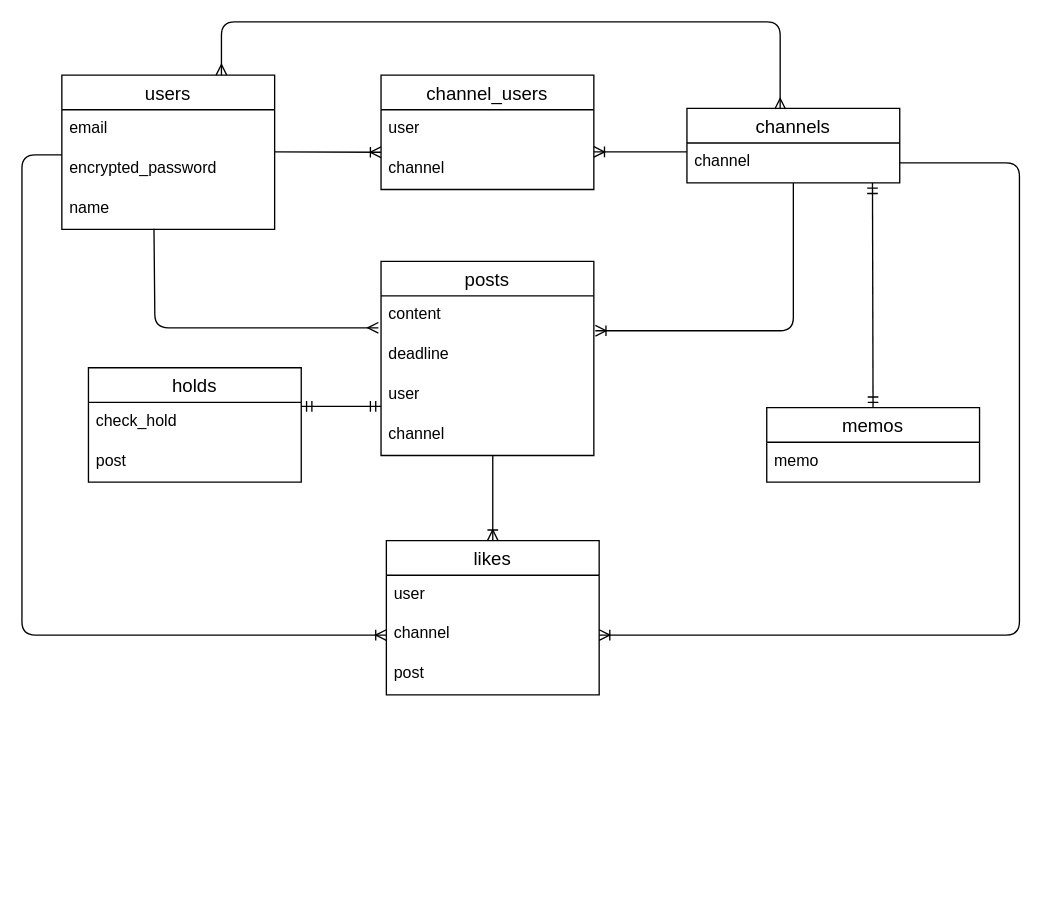
This is er_chart.dio from mk-67/work_stream, a draw.io file, before an edit. Source tidied: cells renumbered, new cells numbered last; positions are measured from the earlier drawing's top-left corner, leaving out a move shared by most shapes. Both pictures are drawn from the tidied source at 133%, with x=0, y=0 at pixel (21, 21).
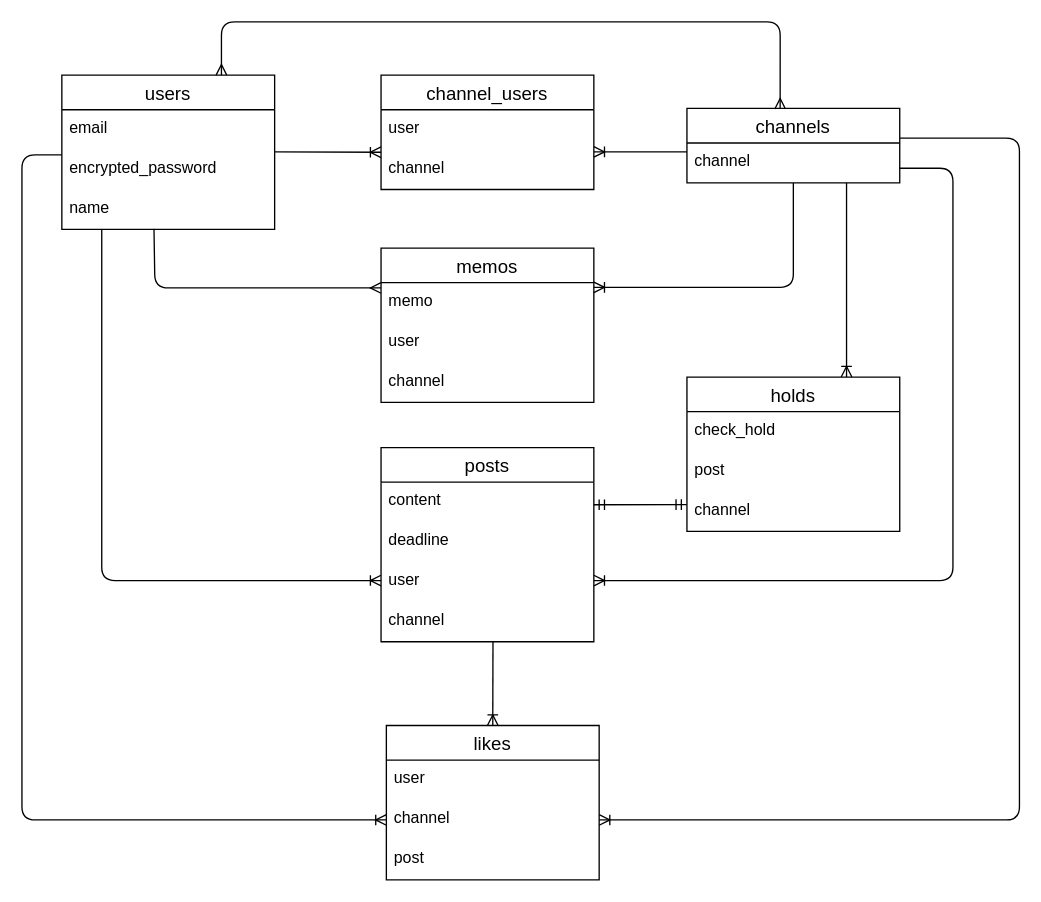
After the change.

Unchanged cells that the change refers to:
```xml
<mxCell id="5" value="name" style="text;strokeColor=none;fillColor=none;spacingLeft=4;spacingRight=4;overflow=hidden;points=[[0,0.5],[1,0.5]];portConstraint=eastwest;fontSize=12;" parent="2" vertex="1">
  <mxGeometry y="86" width="160" height="30" as="geometry" />
</mxCell>
<mxCell id="6" value="channels" style="swimlane;fontStyle=0;horizontal=1;startSize=26;align=center;fontSize=14;" parent="1" vertex="1">
  <mxGeometry x="500" y="65" width="160" height="56" as="geometry" />
</mxCell>
<mxCell id="7" value="channel" style="text;strokeColor=none;fillColor=none;spacingLeft=4;spacingRight=4;overflow=hidden;points=[[0,0.5],[1,0.5]];portConstraint=eastwest;fontSize=12;" parent="6" vertex="1">
  <mxGeometry y="26" width="160" height="30" as="geometry" />
</mxCell>
<mxCell id="9" value="content" style="text;strokeColor=none;fillColor=none;spacingLeft=4;spacingRight=4;overflow=hidden;points=[[0,0.5],[1,0.5]];portConstraint=eastwest;fontSize=12;" parent="8" vertex="1">
  <mxGeometry y="26" width="160" height="30" as="geometry" />
</mxCell>
<mxCell id="12" value="channel" style="text;strokeColor=none;fillColor=none;spacingLeft=4;spacingRight=4;overflow=hidden;points=[[0,0.5],[1,0.5]];portConstraint=eastwest;fontSize=12;" parent="8" vertex="1">
  <mxGeometry y="116" width="160" height="30" as="geometry" />
</mxCell>
<mxCell id="14" value="memo" style="text;strokeColor=none;fillColor=none;spacingLeft=4;spacingRight=4;overflow=hidden;points=[[0,0.5],[1,0.5]];portConstraint=eastwest;fontSize=12;" parent="13" vertex="1">
  <mxGeometry y="26" width="160" height="30" as="geometry" />
</mxCell>
<mxCell id="30" value="channel" style="text;strokeColor=none;fillColor=none;spacingLeft=4;spacingRight=4;overflow=hidden;points=[[0,0.5],[1,0.5]];portConstraint=eastwest;fontSize=12;" parent="28" vertex="1">
  <mxGeometry y="56" width="160" height="30" as="geometry" />
</mxCell>
```

What changed in the source:
```diff
@@
     <mxCell id="8" value="posts" style="swimlane;fontStyle=0;horizontal=1;startSize=26;align=center;fontSize=14;" parent="1" vertex="1">
-      <mxGeometry x="270" y="180" width="160" height="146" as="geometry" />
+      <mxGeometry x="270" y="320" width="160" height="146" as="geometry" />
     </mxCell>
@@
     <mxCell id="13" value="memos" style="swimlane;fontStyle=0;horizontal=1;startSize=26;align=center;fontSize=14;" parent="1" vertex="1">
-      <mxGeometry x="560" y="290" width="160" height="56" as="geometry" />
+      <mxGeometry x="270" y="170" width="160" height="116" as="geometry" />
     </mxCell>
@@
+    <mxCell id="35" value="user" style="text;strokeColor=none;fillColor=none;spacingLeft=4;spacingRight=4;overflow=hidden;fontSize=12;" parent="13" vertex="1">
+      <mxGeometry y="56" width="160" height="30" as="geometry" />
+    </mxCell>
+    <mxCell id="36" value="channel" style="text;strokeColor=none;fillColor=none;spacingLeft=4;spacingRight=4;overflow=hidden;fontSize=12;" parent="13" vertex="1">
+      <mxGeometry y="86" width="160" height="30" as="geometry" />
+    </mxCell>
@@
-    <mxCell id="20" style="edgeStyle=elbowEdgeStyle;fontSize=12;html=1;endArrow=ERoneToMany;entryX=1.007;entryY=0.873;entryDx=0;entryDy=0;entryPerimeter=0;" parent="1" edge="1" source="7" target="9">
+    <mxCell id="20" style="edgeStyle=elbowEdgeStyle;fontSize=12;html=1;endArrow=ERoneToMany;entryX=1;entryY=0.119;entryDx=0;entryDy=0;entryPerimeter=0;" parent="1" edge="1" source="7" target="14">
       <mxGeometry relative="1" as="geometry">
         <Array as="points">
           <mxPoint x="580" y="190" />
         </Array>
       </mxGeometry>
     </mxCell>
@@
     <mxCell id="22" style="edgeStyle=elbowEdgeStyle;fontSize=12;html=1;endArrow=ERmany;exitX=0.433;exitY=0.986;exitDx=0;exitDy=0;exitPerimeter=0;" parent="1" edge="1" source="5">
       <mxGeometry relative="1" as="geometry">
-        <mxPoint x="268" y="230" as="targetPoint" />
+        <mxPoint x="270" y="200" as="targetPoint" />
         <Array as="points">
           <mxPoint x="100" y="240" />
         </Array>
       </mxGeometry>
     </mxCell>
     <mxCell id="23" value="holds" style="swimlane;fontStyle=0;horizontal=1;startSize=26;align=center;fontSize=14;" parent="1" vertex="1">
-      <mxGeometry x="50" y="260" width="160" height="86" as="geometry" />
+      <mxGeometry x="500" y="267" width="160" height="116" as="geometry" />
     </mxCell>
@@
-    <mxCell id="26" style="fontSize=12;html=1;endArrow=ERmandOne;startArrow=ERmandOne;entryX=0;entryY=0.5;entryDx=0;entryDy=0;" parent="1" edge="1">
-      <mxGeometry relative="1" as="geometry">
-        <mxPoint x="210" y="289" as="sourcePoint" />
-        <mxPoint x="270" y="289" as="targetPoint" />
-      </mxGeometry>
-    </mxCell>
-    <mxCell id="27" style="fontSize=12;html=1;endArrow=ERmandOne;startArrow=ERmandOne;" parent="1" edge="1" source="13">
-      <mxGeometry relative="1" as="geometry">
-        <mxPoint x="639.5" y="121" as="targetPoint" />
-      </mxGeometry>
-    </mxCell>
+    <mxCell id="37" value="channel" style="text;strokeColor=none;fillColor=none;spacingLeft=4;spacingRight=4;overflow=hidden;fontSize=12;" parent="23" vertex="1">
+      <mxGeometry y="86" width="160" height="30" as="geometry" />
+    </mxCell>
     <mxCell id="28" value="likes" style="swimlane;fontStyle=0;horizontal=1;startSize=26;align=center;fontSize=14;" parent="1" vertex="1">
-      <mxGeometry x="274" y="390" width="160" height="116" as="geometry" />
+      <mxGeometry x="274" y="529" width="160" height="116" as="geometry" />
     </mxCell>
@@
-    <mxCell id="32" style="fontSize=12;html=1;endArrow=ERoneToMany;entryX=0.5;entryY=0;entryDx=0;entryDy=0;" parent="1" edge="1" target="28">
-      <mxGeometry relative="1" as="geometry">
-        <mxPoint x="354" y="326" as="sourcePoint" />
-      </mxGeometry>
+    <mxCell id="32" style="fontSize=12;html=1;endArrow=ERoneToMany;entryX=0.5;entryY=0;entryDx=0;entryDy=0;exitX=0.526;exitY=1.009;exitDx=0;exitDy=0;exitPerimeter=0;" parent="1" edge="1" source="12" target="28">
+      <mxGeometry relative="1" as="geometry" />
     </mxCell>
@@
-    <mxCell id="34" style="edgeStyle=elbowEdgeStyle;fontSize=12;html=1;endArrow=ERoneToMany;exitX=1;exitY=0.5;exitDx=0;exitDy=0;entryX=1;entryY=0.5;entryDx=0;entryDy=0;" parent="1" edge="1" source="7" target="30">
+    <mxCell id="34" style="edgeStyle=elbowEdgeStyle;fontSize=12;html=1;endArrow=ERoneToMany;exitX=1.001;exitY=0.399;exitDx=0;exitDy=0;entryX=1;entryY=0.5;entryDx=0;entryDy=0;exitPerimeter=0;" parent="1" edge="1" source="6" target="30">
       <mxGeometry relative="1" as="geometry">
         <Array as="points">
           <mxPoint x="750" y="290" />
           <mxPoint x="820" y="350" />
         </Array>
       </mxGeometry>
     </mxCell>
+    <mxCell id="38" style="fontSize=12;html=1;endArrow=ERoneToMany;entryX=0.75;entryY=0;entryDx=0;entryDy=0;" parent="1" edge="1" target="23">
+      <mxGeometry relative="1" as="geometry">
+        <mxPoint x="620" y="121" as="sourcePoint" />
+      </mxGeometry>
+    </mxCell>
+    <mxCell id="39" style="fontSize=12;html=1;endArrow=ERmandOne;startArrow=ERmandOne;entryX=-0.001;entryY=0.897;entryDx=0;entryDy=0;entryPerimeter=0;" parent="1" edge="1">
+      <mxGeometry relative="1" as="geometry">
+        <mxPoint x="430" y="363" as="sourcePoint" />
+        <mxPoint x="499.8" y="362.9" as="targetPoint" />
+      </mxGeometry>
+    </mxCell>
+    <mxCell id="40" style="edgeStyle=orthogonalEdgeStyle;fontSize=12;html=1;endArrow=ERoneToMany;" parent="1" edge="1" source="5">
+      <mxGeometry relative="1" as="geometry">
+        <mxPoint x="270" y="420" as="targetPoint" />
+        <Array as="points">
+          <mxPoint x="60" y="420" />
+          <mxPoint x="270" y="420" />
+        </Array>
+      </mxGeometry>
+    </mxCell>
+    <mxCell id="41" style="edgeStyle=orthogonalEdgeStyle;fontSize=12;html=1;endArrow=ERoneToMany;" parent="1" edge="1">
+      <mxGeometry relative="1" as="geometry">
+        <mxPoint x="660" y="110" as="sourcePoint" />
+        <mxPoint x="430" y="420" as="targetPoint" />
+        <Array as="points">
+          <mxPoint x="700" y="110" />
+          <mxPoint x="700" y="420" />
+          <mxPoint x="430" y="420" />
+        </Array>
+      </mxGeometry>
+    </mxCell>
```
